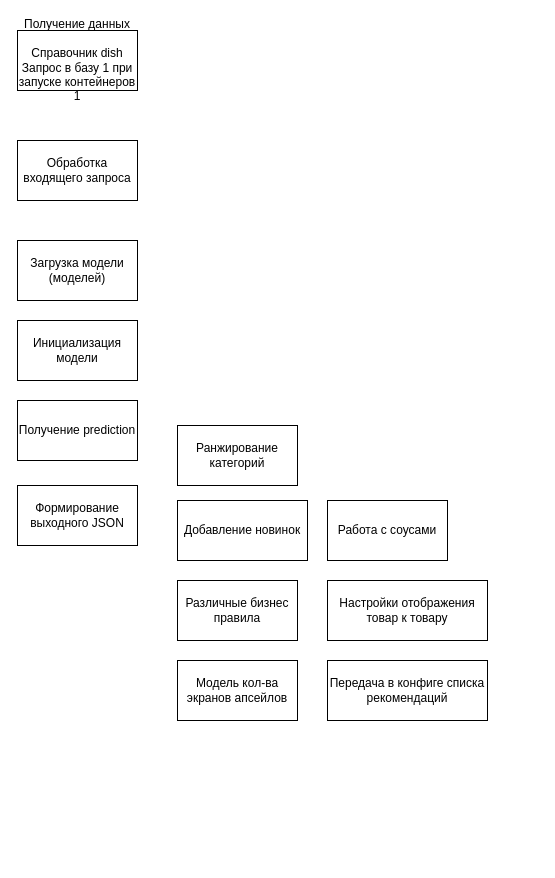
Before: recsys.drawio in ArlanovCsb/responsive_menu, a draw.io diagram. Source tidied: cells renumbered, new cells numbered last; positions are measured from the earlier drawing's top-left corner, leaving out a move shared by most shapes. Both pictures are drawn from the tidied source at 100%, with x=0, y=0 at pixel (17, 30).
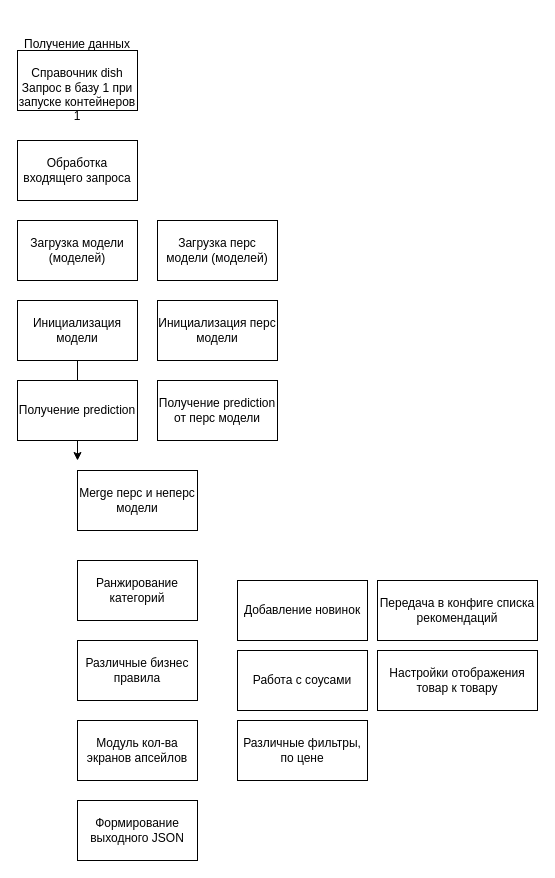
Above is the later version.

The edit, as a diff of the source:
```diff
@@
     <mxCell id="2" value="Получение данных&lt;div&gt;&lt;br&gt;&lt;/div&gt;&lt;div&gt;Справочник dish&lt;/div&gt;&lt;div&gt;Запрос в базу 1 при запуске контейнеров 1&lt;/div&gt;" style="rounded=0;whiteSpace=wrap;html=1;" parent="1" vertex="1">
-      <mxGeometry width="120" height="60" as="geometry" />
+      <mxGeometry y="20" width="120" height="60" as="geometry" />
     </mxCell>
@@
     <mxCell id="4" value="Формирование выходного JSON" style="rounded=0;whiteSpace=wrap;html=1;" parent="1" vertex="1">
-      <mxGeometry y="455" width="120" height="60" as="geometry" />
+      <mxGeometry x="60" y="770" width="120" height="60" as="geometry" />
     </mxCell>
     <mxCell id="5" value="Загрузка модели (моделей)" style="rounded=0;whiteSpace=wrap;html=1;" parent="1" vertex="1">
-      <mxGeometry y="210" width="120" height="60" as="geometry" />
+      <mxGeometry y="190" width="120" height="60" as="geometry" />
     </mxCell>
+    <mxCell id="15" style="edgeStyle=orthogonalEdgeStyle;rounded=0;jettySize=auto;html=1;" parent="1" edge="1" source="6">
+      <mxGeometry relative="1" as="geometry">
+        <mxPoint x="60" y="430" as="targetPoint" />
+      </mxGeometry>
+    </mxCell>
     <mxCell id="6" value="Инициализация модели" style="rounded=0;whiteSpace=wrap;html=1;" parent="1" vertex="1">
-      <mxGeometry y="290" width="120" height="60" as="geometry" />
+      <mxGeometry y="270" width="120" height="60" as="geometry" />
     </mxCell>
     <mxCell id="7" value="Ранжирование категорий" style="rounded=0;whiteSpace=wrap;html=1;" parent="1" vertex="1">
-      <mxGeometry x="160" y="395" width="120" height="60" as="geometry" />
+      <mxGeometry x="60" y="530" width="120" height="60" as="geometry" />
     </mxCell>
     <mxCell id="8" value="Получение prediction" style="rounded=0;whiteSpace=wrap;html=1;" parent="1" vertex="1">
-      <mxGeometry y="370" width="120" height="60" as="geometry" />
+      <mxGeometry y="350" width="120" height="60" as="geometry" />
     </mxCell>
     <mxCell id="9" value="Добавление новинок" style="rounded=0;whiteSpace=wrap;html=1;" parent="1" vertex="1">
-      <mxGeometry x="160" y="470" width="130" height="60" as="geometry" />
+      <mxGeometry x="220" y="550" width="130" height="60" as="geometry" />
     </mxCell>
     <mxCell id="10" value="Различные бизнес правила" style="rounded=0;whiteSpace=wrap;html=1;" parent="1" vertex="1">
-      <mxGeometry x="160" y="550" width="120" height="60" as="geometry" />
+      <mxGeometry x="60" y="610" width="120" height="60" as="geometry" />
     </mxCell>
-    <mxCell id="11" value="Модель кол-ва экранов апсейлов" style="rounded=0;whiteSpace=wrap;html=1;" parent="1" vertex="1">
-      <mxGeometry x="160" y="630" width="120" height="60" as="geometry" />
+    <mxCell id="11" value="Модуль кол-ва экранов апсейлов" style="rounded=0;whiteSpace=wrap;html=1;" parent="1" vertex="1">
+      <mxGeometry x="60" y="690" width="120" height="60" as="geometry" />
     </mxCell>
     <mxCell id="12" value="Работа с соусами" style="rounded=0;whiteSpace=wrap;html=1;" parent="1" vertex="1">
-      <mxGeometry x="310" y="470" width="120" height="60" as="geometry" />
+      <mxGeometry x="220" y="620" width="130" height="60" as="geometry" />
     </mxCell>
     <mxCell id="13" value="Настройки отображения товар к товару" style="rounded=0;whiteSpace=wrap;html=1;" parent="1" vertex="1">
-      <mxGeometry x="310" y="550" width="160" height="60" as="geometry" />
+      <mxGeometry x="360" y="620" width="160" height="60" as="geometry" />
     </mxCell>
     <mxCell id="14" value="Передача в конфиге списка рекомендаций" style="rounded=0;whiteSpace=wrap;html=1;" parent="1" vertex="1">
-      <mxGeometry x="310" y="630" width="160" height="60" as="geometry" />
+      <mxGeometry x="360" y="550" width="160" height="60" as="geometry" />
     </mxCell>
+    <mxCell id="16" value="Загрузка перс модели (моделей)" style="rounded=0;whiteSpace=wrap;html=1;" parent="1" vertex="1">
+      <mxGeometry x="140" y="190" width="120" height="60" as="geometry" />
+    </mxCell>
+    <mxCell id="17" value="Инициализация перс модели" style="rounded=0;whiteSpace=wrap;html=1;" parent="1" vertex="1">
+      <mxGeometry x="140" y="270" width="120" height="60" as="geometry" />
+    </mxCell>
+    <mxCell id="18" value="Получение prediction от перс модели" style="rounded=0;whiteSpace=wrap;html=1;" parent="1" vertex="1">
+      <mxGeometry x="140" y="350" width="120" height="60" as="geometry" />
+    </mxCell>
+    <mxCell id="19" value="Merge перс и неперс модели" style="rounded=0;whiteSpace=wrap;html=1;" parent="1" vertex="1">
+      <mxGeometry x="60" y="440" width="120" height="60" as="geometry" />
+    </mxCell>
+    <mxCell id="20" value="Различные фильтры, по цене" style="rounded=0;whiteSpace=wrap;html=1;" parent="1" vertex="1">
+      <mxGeometry x="220" y="690" width="130" height="60" as="geometry" />
+    </mxCell>
```
